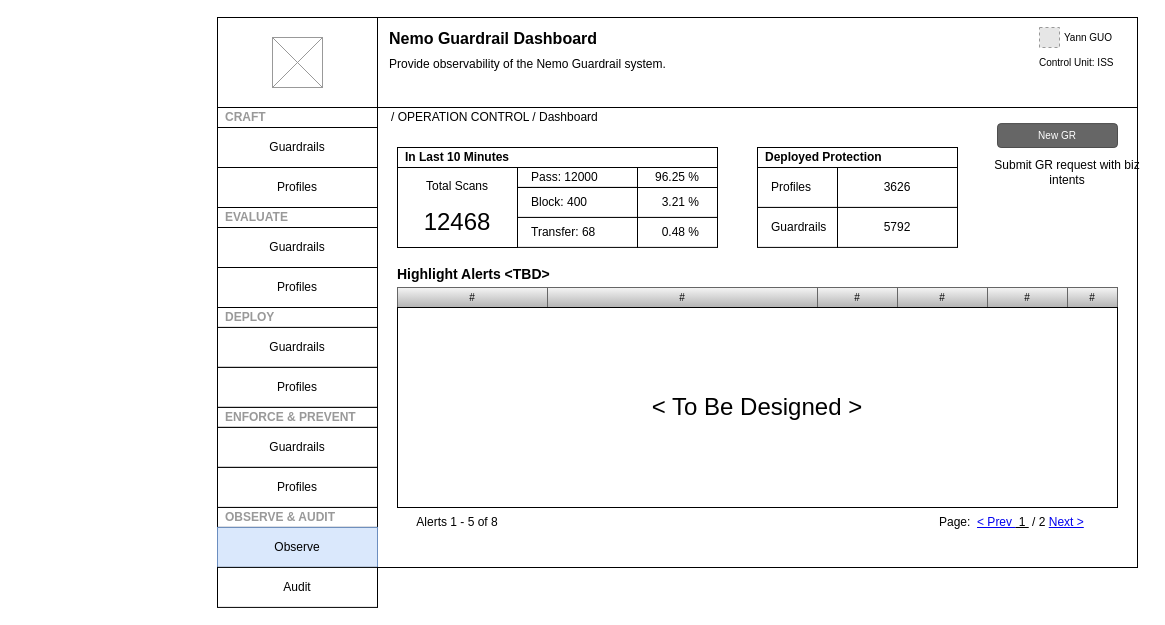
Earlier version of the draw.io diagram page "CUU-Dashboard" (3 of 21) of NMGR.drawio (thinker-g/fx-drive). Source tidied: cells renumbered, new cells numbered last; positions are measured from the earlier drawing's top-left corner, leaving out a move shared by most shapes. Both pictures are drawn from the tidied source at 100%, with x=0, y=0 at pixel (217, 17). Pictures stored in the file or linked from it are replaced by grey dashed boxes.
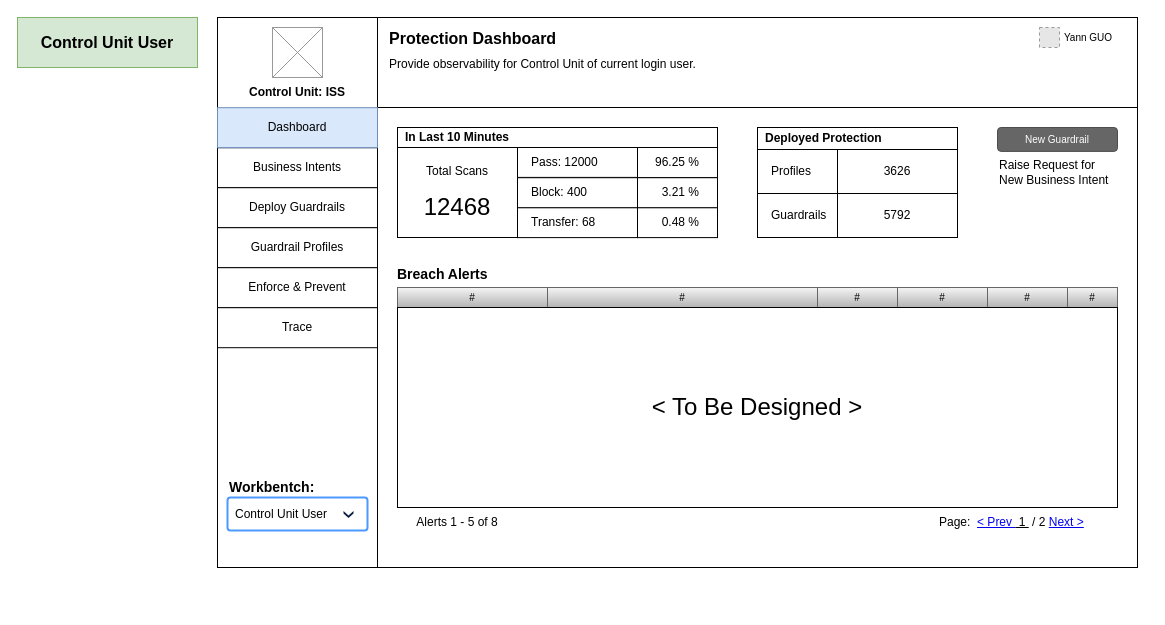
After the change.

What changed in the source:
```diff
@@
-    <mxCell id="3" style="rounded=0;whiteSpace=wrap;html=1;" parent="1" vertex="1">
-      <mxGeometry width="160" height="550" as="geometry" />
-    </mxCell>
-    <mxCell id="4" style="verticalLabelPosition=bottom;shadow=0;dashed=0;align=center;html=1;verticalAlign=top;strokeWidth=1;shape=mxgraph.mockup.graphics.simpleIcon;strokeColor=#999999;" parent="1" vertex="1">
-      <mxGeometry x="55" y="20" width="50" height="50" as="geometry" />
-    </mxCell>
-    <mxCell id="5" value="&lt;h1 style=&quot;margin-top: 0px; margin-bottom: 0px;&quot;&gt;&lt;span style=&quot;font-size: 16px;&quot;&gt;Nemo Guardrail Dashboard&lt;/span&gt;&lt;/h1&gt;&lt;p style=&quot;margin-bottom: 6px; margin-top: 6px;&quot;&gt;Provide observability of the Nemo Guardrail system.&lt;/p&gt;" style="text;html=1;whiteSpace=wrap;overflow=hidden;rounded=0;spacing=0;spacingLeft=12;" parent="1" vertex="1">
+    <mxCell id="5" value="&lt;h1 style=&quot;margin-top: 0px; margin-bottom: 0px;&quot;&gt;&lt;span style=&quot;font-size: 16px;&quot;&gt;Protection Dashboard&lt;/span&gt;&lt;/h1&gt;&lt;p style=&quot;margin-bottom: 6px; margin-top: 6px;&quot;&gt;Provide observability for Control Unit of current login user.&lt;/p&gt;" style="text;html=1;whiteSpace=wrap;overflow=hidden;rounded=0;spacing=0;spacingLeft=12;" parent="1" vertex="1">
       <mxGeometry x="160" width="760" height="90" as="geometry" />
     </mxCell>
@@
-    <mxCell id="10" style="group;" parent="1" vertex="1">
-      <mxGeometry x="160" y="90" width="770" height="460" as="geometry" />
-    </mxCell>
-    <mxCell id="11" style="whiteSpace=wrap;html=1;" parent="10" vertex="1">
-      <mxGeometry width="760" height="460" as="geometry" />
+    <mxCell id="11" style="whiteSpace=wrap;html=1;" parent="1" vertex="1">
+      <mxGeometry x="160" y="90" width="760" height="460" as="geometry" />
     </mxCell>
-    <mxCell id="12" style="group;" parent="10" vertex="1">
-      <mxGeometry x="20" y="40" width="320" height="100" as="geometry" />
-    </mxCell>
-    <mxCell id="13" value="96.25 %" style="whiteSpace=wrap;html=1;align=center;spacingLeft=0;" parent="12" vertex="1">
-      <mxGeometry x="240" y="20" width="80" height="20" as="geometry" />
-    </mxCell>
-    <mxCell id="14" value="Total Scans&lt;div&gt;&lt;br&gt;&lt;/div&gt;&lt;div&gt;&lt;font style=&quot;font-size: 24px;&quot;&gt;12468&lt;/font&gt;&lt;/div&gt;" style="whiteSpace=wrap;html=1;" parent="12" vertex="1">
-      <mxGeometry y="20" width="120" height="80" as="geometry" />
-    </mxCell>
-    <mxCell id="15" value="Pass: 12000" style="whiteSpace=wrap;html=1;align=left;spacingLeft=12;" parent="12" vertex="1">
-      <mxGeometry x="120" y="19.9" width="120" height="20" as="geometry" />
-    </mxCell>
-    <mxCell id="16" value="Block: 400" style="whiteSpace=wrap;html=1;align=left;spacingLeft=12;" parent="12" vertex="1">
-      <mxGeometry x="120" y="40" width="120" height="30" as="geometry" />
-    </mxCell>
-    <mxCell id="17" value="In Last 10 Minutes" style="whiteSpace=wrap;html=1;fontStyle=1;align=left;spacingLeft=6;" parent="12" vertex="1">
-      <mxGeometry width="320" height="20" as="geometry" />
-    </mxCell>
-    <mxCell id="18" value="&amp;nbsp; 3.21 %" style="whiteSpace=wrap;html=1;align=center;spacingLeft=0;" parent="12" vertex="1">
-      <mxGeometry x="240" y="40" width="80" height="30" as="geometry" />
-    </mxCell>
-    <mxCell id="19" style="group;" parent="10" vertex="1">
-      <mxGeometry x="380" y="40" width="200" height="99.9" as="geometry" />
+    <mxCell id="19" style="group;" parent="1" vertex="1">
+      <mxGeometry x="540" y="110" width="200" height="110" as="geometry" />
     </mxCell>
     <mxCell id="20" value="Deployed Protection" style="whiteSpace=wrap;html=1;fontStyle=1;align=left;spacingLeft=6;" parent="19" vertex="1">
-      <mxGeometry width="200" height="20" as="geometry" />
+      <mxGeometry width="200" height="22" as="geometry" />
     </mxCell>
     <mxCell id="21" value="3626" style="whiteSpace=wrap;html=1;align=center;spacingLeft=0;" parent="19" vertex="1">
-      <mxGeometry x="80" y="20" width="120" height="40" as="geometry" />
+      <mxGeometry x="80" y="22" width="120" height="44" as="geometry" />
     </mxCell>
     <mxCell id="22" value="Profiles" style="whiteSpace=wrap;html=1;align=left;spacingLeft=12;" parent="19" vertex="1">
-      <mxGeometry y="20" width="80" height="40" as="geometry" />
+      <mxGeometry y="22" width="80" height="44" as="geometry" />
     </mxCell>
     <mxCell id="23" value="5792" style="whiteSpace=wrap;html=1;align=center;spacingLeft=0;" parent="19" vertex="1">
-      <mxGeometry x="80" y="59.9" width="120" height="40" as="geometry" />
+      <mxGeometry x="80" y="66" width="120" height="44" as="geometry" />
     </mxCell>
     <mxCell id="24" value="Guardrails" style="whiteSpace=wrap;html=1;align=left;spacingLeft=12;" parent="19" vertex="1">
-      <mxGeometry y="59.9" width="80" height="40" as="geometry" />
+      <mxGeometry y="66" width="80" height="44" as="geometry" />
     </mxCell>
-    <mxCell id="25" value="#" style="whiteSpace=wrap;html=1;shadow=0;dashed=0;fontSize=10;align=center;fillColor=#f5f5f5;strokeColor=#666666;gradientColor=#b3b3b3;" parent="10" vertex="1">
-      <mxGeometry x="20" y="180" width="150" height="20" as="geometry" />
+    <mxCell id="25" value="#" style="whiteSpace=wrap;html=1;shadow=0;dashed=0;fontSize=10;align=center;fillColor=#f5f5f5;strokeColor=#666666;gradientColor=#b3b3b3;" parent="1" vertex="1">
+      <mxGeometry x="180" y="270" width="150" height="20" as="geometry" />
     </mxCell>
-    <mxCell id="26" value="#" style="whiteSpace=wrap;html=1;shadow=0;dashed=0;fontSize=10;align=center;fillColor=#f5f5f5;strokeColor=#666666;gradientColor=#b3b3b3;" parent="10" vertex="1">
-      <mxGeometry x="170" y="180" width="270" height="20" as="geometry" />
+    <mxCell id="26" value="#" style="whiteSpace=wrap;html=1;shadow=0;dashed=0;fontSize=10;align=center;fillColor=#f5f5f5;strokeColor=#666666;gradientColor=#b3b3b3;" parent="1" vertex="1">
+      <mxGeometry x="330" y="270" width="270" height="20" as="geometry" />
     </mxCell>
-    <mxCell id="27" value="#" style="whiteSpace=wrap;html=1;shadow=0;dashed=0;fontSize=10;align=center;fillColor=#f5f5f5;strokeColor=#666666;gradientColor=#b3b3b3;" parent="10" vertex="1">
-      <mxGeometry x="440" y="180" width="80" height="20" as="geometry" />
+    <mxCell id="27" value="#" style="whiteSpace=wrap;html=1;shadow=0;dashed=0;fontSize=10;align=center;fillColor=#f5f5f5;strokeColor=#666666;gradientColor=#b3b3b3;" parent="1" vertex="1">
+      <mxGeometry x="600" y="270" width="80" height="20" as="geometry" />
     </mxCell>
-    <mxCell id="28" value="#" style="whiteSpace=wrap;html=1;shadow=0;dashed=0;fontSize=10;align=center;fillColor=#f5f5f5;strokeColor=#666666;gradientColor=#b3b3b3;" parent="10" vertex="1">
-      <mxGeometry x="520" y="180" width="90" height="20" as="geometry" />
+    <mxCell id="28" value="#" style="whiteSpace=wrap;html=1;shadow=0;dashed=0;fontSize=10;align=center;fillColor=#f5f5f5;strokeColor=#666666;gradientColor=#b3b3b3;" parent="1" vertex="1">
+      <mxGeometry x="680" y="270" width="90" height="20" as="geometry" />
     </mxCell>
-    <mxCell id="29" value="#" style="whiteSpace=wrap;html=1;shadow=0;dashed=0;fontSize=10;align=center;fillColor=#f5f5f5;strokeColor=#666666;gradientColor=#b3b3b3;" parent="10" vertex="1">
-      <mxGeometry x="690" y="180" width="50" height="20" as="geometry" />
+    <mxCell id="29" value="#" style="whiteSpace=wrap;html=1;shadow=0;dashed=0;fontSize=10;align=center;fillColor=#f5f5f5;strokeColor=#666666;gradientColor=#b3b3b3;" parent="1" vertex="1">
+      <mxGeometry x="850" y="270" width="50" height="20" as="geometry" />
     </mxCell>
-    <mxCell id="30" value="&lt;h3 style=&quot;margin-top: 0px; margin-bottom: 0px;&quot;&gt;&lt;span style=&quot;font-size: 14px;&quot;&gt;Highlight Alerts &amp;lt;TBD&amp;gt;&lt;/span&gt;&lt;/h3&gt;" style="text;html=1;whiteSpace=wrap;overflow=hidden;rounded=0;spacing=0;spacingLeft=0;fontColor=#000000;verticalAlign=bottom;fontSize=12;spacingBottom=4;" parent="10" vertex="1">
-      <mxGeometry x="20" y="150" width="720" height="30" as="geometry" />
+    <mxCell id="30" value="&lt;h3 style=&quot;margin-top: 0px; margin-bottom: 0px;&quot;&gt;&lt;span style=&quot;font-size: 14px;&quot;&gt;Breach Alerts&lt;/span&gt;&lt;/h3&gt;" style="text;html=1;whiteSpace=wrap;overflow=hidden;rounded=0;spacing=0;spacingLeft=0;fontColor=#000000;verticalAlign=bottom;fontSize=12;spacingBottom=4;" parent="1" vertex="1">
+      <mxGeometry x="180" y="240" width="720" height="30" as="geometry" />
     </mxCell>
-    <mxCell id="31" value="#" style="whiteSpace=wrap;html=1;shadow=0;dashed=0;fontSize=10;align=center;fillColor=#f5f5f5;strokeColor=#666666;gradientColor=#b3b3b3;" parent="10" vertex="1">
-      <mxGeometry x="610" y="180" width="80" height="20" as="geometry" />
+    <mxCell id="31" value="#" style="whiteSpace=wrap;html=1;shadow=0;dashed=0;fontSize=10;align=center;fillColor=#f5f5f5;strokeColor=#666666;gradientColor=#b3b3b3;" parent="1" vertex="1">
+      <mxGeometry x="770" y="270" width="80" height="20" as="geometry" />
     </mxCell>
-    <mxCell id="32" value="/ OPERATION CONTROL / Dashboard" style="fillColor=none;strokeColor=none;html=1;fontColor=#000000;align=left;verticalAlign=middle;whiteSpace=wrap;fontSize=12;fontStyle=0;spacingLeft=12;" parent="10" vertex="1">
-      <mxGeometry width="760" height="20" as="geometry" />
-    </mxCell>
-    <mxCell id="33" style="group;" parent="10" vertex="1">
-      <mxGeometry x="20" y="400" width="720" height="30" as="geometry" />
+    <mxCell id="33" style="group;" parent="1" vertex="1">
+      <mxGeometry x="180" y="490" width="720" height="30" as="geometry" />
     </mxCell>
@@
-    <mxCell id="37" value="&lt;font style=&quot;font-size: 24px;&quot;&gt;&amp;lt; To Be Designed &amp;gt;&lt;/font&gt;" style="whiteSpace=wrap;html=1;" parent="10" vertex="1">
-      <mxGeometry x="20" y="200" width="720" height="200" as="geometry" />
+    <mxCell id="37" value="&lt;font style=&quot;font-size: 24px;&quot;&gt;&amp;lt; To Be Designed &amp;gt;&lt;/font&gt;" style="whiteSpace=wrap;html=1;" parent="1" vertex="1">
+      <mxGeometry x="180" y="290" width="720" height="200" as="geometry" />
     </mxCell>
+    <mxCell id="40" value="New Guardrail" style="rounded=1;html=1;shadow=0;dashed=0;whiteSpace=wrap;fontSize=10;fillColor=#666666;align=center;strokeColor=#4D4D4D;fontColor=#ffffff;" parent="1" vertex="1">
+      <mxGeometry x="780" y="110" width="120" height="23.9" as="geometry" />
+    </mxCell>
+    <mxCell id="41" value="Raise&amp;nbsp;&lt;span style=&quot;background-color: transparent; color: light-dark(rgb(0, 0, 0), rgb(255, 255, 255));&quot;&gt;Request for&lt;/span&gt;&lt;div&gt;&lt;span style=&quot;background-color: transparent; color: light-dark(rgb(0, 0, 0), rgb(255, 255, 255));&quot;&gt;New Business Intent&amp;nbsp;&lt;/span&gt;&lt;/div&gt;" style="text;html=1;whiteSpace=wrap;strokeColor=none;fillColor=none;align=left;verticalAlign=middle;rounded=0;" parent="1" vertex="1">
+      <mxGeometry x="780.3" y="140.2" width="120" height="30" as="geometry" />
+    </mxCell>
+    <mxCell id="3" style="rounded=0;whiteSpace=wrap;html=1;" parent="1" vertex="1">
+      <mxGeometry width="160" height="550" as="geometry" />
+    </mxCell>
+    <mxCell id="58" style="verticalLabelPosition=bottom;shadow=0;dashed=0;align=center;html=1;verticalAlign=top;strokeWidth=1;shape=mxgraph.mockup.graphics.simpleIcon;strokeColor=#999999;" parent="1" vertex="1">
+      <mxGeometry x="55" y="10" width="50" height="50" as="geometry" />
+    </mxCell>
+    <mxCell id="59" value="Business Intents" style="rounded=0;whiteSpace=wrap;html=1;" parent="1" vertex="1">
+      <mxGeometry y="130.2" width="160" height="40" as="geometry" />
+    </mxCell>
+    <mxCell id="60" value="Deploy Guardrails" style="rounded=0;whiteSpace=wrap;html=1;" parent="1" vertex="1">
+      <mxGeometry y="170.2" width="160" height="40" as="geometry" />
+    </mxCell>
+    <mxCell id="61" value="Guardrail Profiles" style="rounded=0;whiteSpace=wrap;html=1;" parent="1" vertex="1">
+      <mxGeometry y="210.2" width="160" height="40" as="geometry" />
+    </mxCell>
+    <mxCell id="62" value="Enforce &amp;amp; Prevent" style="rounded=0;whiteSpace=wrap;html=1;" parent="1" vertex="1">
+      <mxGeometry y="250.2" width="160" height="40" as="geometry" />
+    </mxCell>
+    <mxCell id="63" value="Dashboard" style="rounded=0;whiteSpace=wrap;html=1;fillColor=#dae8fc;strokeColor=#6c8ebf;" parent="1" vertex="1">
+      <mxGeometry y="90.2" width="160" height="40" as="geometry" />
+    </mxCell>
+    <mxCell id="64" value="Trace" style="rounded=0;whiteSpace=wrap;html=1;" parent="1" vertex="1">
+      <mxGeometry y="290.2" width="160" height="40" as="geometry" />
+    </mxCell>
+    <mxCell id="65" value="Workbentch:" style="text;html=1;whiteSpace=wrap;strokeColor=none;fillColor=none;align=left;verticalAlign=middle;rounded=0;fontSize=14;fontStyle=1;" parent="1" vertex="1">
+      <mxGeometry x="10" y="460" width="110" height="20" as="geometry" />
+    </mxCell>
+    <mxCell id="66" value="Control Unit User" style="rounded=1;arcSize=9;fillColor=#ffffff;strokeColor=#4C9AFF;html=1;strokeWidth=2;spacingLeft=6;fontColor=#000000;align=left;" parent="1" vertex="1">
+      <mxGeometry x="10" y="480" width="140" height="33" as="geometry" />
+    </mxCell>
+    <mxCell id="67" style="shape=step;whiteSpace=wrap;html=1;rounded=0;strokeColor=none;strokeWidth=2;fillColor=#0A1E43;gradientColor=none;fontFamily=Verdana;fontSize=14;fontColor=#000000;align=left;direction=south;size=0.65;" parent="66" vertex="1">
+      <mxGeometry x="1" y="0.5" width="10" height="7" relative="1" as="geometry">
+        <mxPoint x="-24" y="-3" as="offset" />
+      </mxGeometry>
+    </mxCell>
+    <mxCell id="42" value="Control Unit: ISS" style="text;html=1;whiteSpace=wrap;strokeColor=none;fillColor=none;align=center;verticalAlign=middle;rounded=0;fontStyle=1;" parent="1" vertex="1">
+      <mxGeometry y="60" width="160" height="30" as="geometry" />
+    </mxCell>
+    <mxCell id="68" style="group;" parent="1" vertex="1">
+      <mxGeometry x="180" y="110" width="320" height="110.1" as="geometry" />
+    </mxCell>
-    <mxCell id="38" value="Transfer: 68" style="whiteSpace=wrap;html=1;align=left;spacingLeft=12;" parent="10" vertex="1">
-      <mxGeometry x="140" y="109.9" width="120" height="30" as="geometry" />
+    <mxCell id="38" value="Transfer: 68" style="whiteSpace=wrap;html=1;align=left;spacingLeft=12;" parent="68" vertex="1">
+      <mxGeometry x="120" y="80.1" width="120" height="30" as="geometry" />
     </mxCell>
-    <mxCell id="39" value="&amp;nbsp; 0.48 %" style="whiteSpace=wrap;html=1;align=center;spacingLeft=0;" parent="10" vertex="1">
-      <mxGeometry x="260" y="109.9" width="80" height="30" as="geometry" />
+    <mxCell id="39" value="&amp;nbsp; 0.48 %" style="whiteSpace=wrap;html=1;align=center;spacingLeft=0;" parent="68" vertex="1">
+      <mxGeometry x="240" y="80.1" width="80" height="30" as="geometry" />
     </mxCell>
-    <mxCell id="40" value="New GR" style="rounded=1;html=1;shadow=0;dashed=0;whiteSpace=wrap;fontSize=10;fillColor=#666666;align=center;strokeColor=#4D4D4D;fontColor=#ffffff;" parent="10" vertex="1">
-      <mxGeometry x="620" y="16.1" width="120" height="23.9" as="geometry" />
-    </mxCell>
-    <mxCell id="41" value="Submit GR request with biz intents" style="text;html=1;whiteSpace=wrap;strokeColor=none;fillColor=none;align=center;verticalAlign=middle;rounded=0;" parent="10" vertex="1">
-      <mxGeometry x="610" y="49.9" width="160" height="30" as="geometry" />
-    </mxCell>
-    <mxCell id="42" value="Control Unit: ISS" style="text;html=1;whiteSpace=wrap;strokeColor=none;fillColor=none;align=left;verticalAlign=middle;rounded=0;autosizeText=0;fontSize=10;" parent="1" vertex="1">
-      <mxGeometry x="820" y="36.7" width="80" height="16.7" as="geometry" />
-    </mxCell>
-    <mxCell id="43" value="CRAFT" style="rounded=0;whiteSpace=wrap;html=1;align=left;fontColor=#999999;fontStyle=1;spacingLeft=6;" parent="1" vertex="1">
-      <mxGeometry y="90" width="160" height="20" as="geometry" />
-    </mxCell>
-    <mxCell id="44" value="DEPLOY" style="rounded=0;whiteSpace=wrap;html=1;align=left;fontColor=#999999;fontStyle=1;spacingLeft=6;" parent="1" vertex="1">
-      <mxGeometry y="290" width="160" height="20" as="geometry" />
-    </mxCell>
-    <mxCell id="45" value="Guardrails" style="rounded=0;whiteSpace=wrap;html=1;" parent="1" vertex="1">
-      <mxGeometry y="110" width="160" height="40" as="geometry" />
-    </mxCell>
-    <mxCell id="46" value="EVALUATE" style="rounded=0;whiteSpace=wrap;html=1;align=left;fontColor=#999999;fontStyle=1;spacingLeft=6;" parent="1" vertex="1">
-      <mxGeometry y="190" width="160" height="20" as="geometry" />
-    </mxCell>
-    <mxCell id="47" value="Guardrails" style="rounded=0;whiteSpace=wrap;html=1;" parent="1" vertex="1">
-      <mxGeometry y="210" width="160" height="40" as="geometry" />
-    </mxCell>
-    <mxCell id="48" value="Guardrails" style="rounded=0;whiteSpace=wrap;html=1;" parent="1" vertex="1">
-      <mxGeometry y="309.9" width="160" height="40" as="geometry" />
-    </mxCell>
-    <mxCell id="49" value="Profiles" style="rounded=0;whiteSpace=wrap;html=1;" parent="1" vertex="1">
-      <mxGeometry y="349.9" width="160" height="40" as="geometry" />
-    </mxCell>
-    <mxCell id="50" value="Profiles" style="rounded=0;whiteSpace=wrap;html=1;" parent="1" vertex="1">
-      <mxGeometry y="150" width="160" height="40" as="geometry" />
-    </mxCell>
-    <mxCell id="51" value="Profiles" style="rounded=0;whiteSpace=wrap;html=1;" parent="1" vertex="1">
-      <mxGeometry y="250" width="160" height="40" as="geometry" />
-    </mxCell>
-    <mxCell id="52" value="ENFORCE &amp;amp; PREVENT" style="rounded=0;whiteSpace=wrap;html=1;align=left;fontColor=#999999;fontStyle=1;spacingLeft=6;" parent="1" vertex="1">
-      <mxGeometry y="389.9" width="160" height="20" as="geometry" />
-    </mxCell>
-    <mxCell id="53" value="OBSERVE &amp;amp; AUDIT" style="rounded=0;whiteSpace=wrap;html=1;align=left;fontColor=#999999;fontStyle=1;spacingLeft=6;" parent="1" vertex="1">
-      <mxGeometry y="489.9" width="160" height="20" as="geometry" />
-    </mxCell>
-    <mxCell id="54" value="Guardrails" style="rounded=0;whiteSpace=wrap;html=1;" parent="1" vertex="1">
-      <mxGeometry y="409.9" width="160" height="40" as="geometry" />
-    </mxCell>
-    <mxCell id="55" value="Profiles" style="rounded=0;whiteSpace=wrap;html=1;" parent="1" vertex="1">
-      <mxGeometry y="449.9" width="160" height="40" as="geometry" />
-    </mxCell>
-    <mxCell id="56" value="Observe" style="rounded=0;whiteSpace=wrap;html=1;fillColor=#dae8fc;strokeColor=#6c8ebf;" parent="1" vertex="1">
-      <mxGeometry y="509.9" width="160" height="40" as="geometry" />
-    </mxCell>
-    <mxCell id="57" value="Audit" style="rounded=0;whiteSpace=wrap;html=1;" parent="1" vertex="1">
-      <mxGeometry y="549.9" width="160" height="40" as="geometry" />
-    </mxCell>
+    <mxCell id="13" value="96.25 %" style="whiteSpace=wrap;html=1;align=center;spacingLeft=0;" parent="68" vertex="1">
+      <mxGeometry x="240" y="20" width="80" height="30" as="geometry" />
+    </mxCell>
+    <mxCell id="14" value="Total Scans&lt;div&gt;&lt;br&gt;&lt;/div&gt;&lt;div&gt;&lt;font style=&quot;font-size: 24px;&quot;&gt;12468&lt;/font&gt;&lt;/div&gt;" style="whiteSpace=wrap;html=1;" parent="68" vertex="1">
+      <mxGeometry y="20" width="120" height="90" as="geometry" />
+    </mxCell>
+    <mxCell id="15" value="Pass: 12000" style="whiteSpace=wrap;html=1;align=left;spacingLeft=12;" parent="68" vertex="1">
+      <mxGeometry x="120" y="19.9" width="120" height="30" as="geometry" />
+    </mxCell>
+    <mxCell id="16" value="Block: 400" style="whiteSpace=wrap;html=1;align=left;spacingLeft=12;" parent="68" vertex="1">
+      <mxGeometry x="120" y="50.2" width="120" height="30" as="geometry" />
+    </mxCell>
+    <mxCell id="17" value="In Last 10 Minutes" style="whiteSpace=wrap;html=1;fontStyle=1;align=left;spacingLeft=6;" parent="68" vertex="1">
+      <mxGeometry width="320" height="20" as="geometry" />
+    </mxCell>
+    <mxCell id="18" value="&amp;nbsp; 3.21 %" style="whiteSpace=wrap;html=1;align=center;spacingLeft=0;" parent="68" vertex="1">
+      <mxGeometry x="240" y="50.2" width="80" height="30" as="geometry" />
+    </mxCell>
+    <mxCell id="69" value="Control Unit&amp;nbsp;&lt;span style=&quot;background-color: transparent; color: light-dark(rgb(0, 0, 0), rgb(255, 255, 255));&quot;&gt;User&lt;/span&gt;" style="text;html=1;whiteSpace=wrap;overflow=hidden;rounded=0;spacing=0;spacingLeft=0;verticalAlign=middle;fontSize=16;spacingBottom=0;align=center;fontStyle=1;fillColor=#d5e8d4;strokeColor=#82b366;" parent="1" vertex="1">
+      <mxGeometry x="-200" width="180" height="50" as="geometry" />
+    </mxCell>
```
